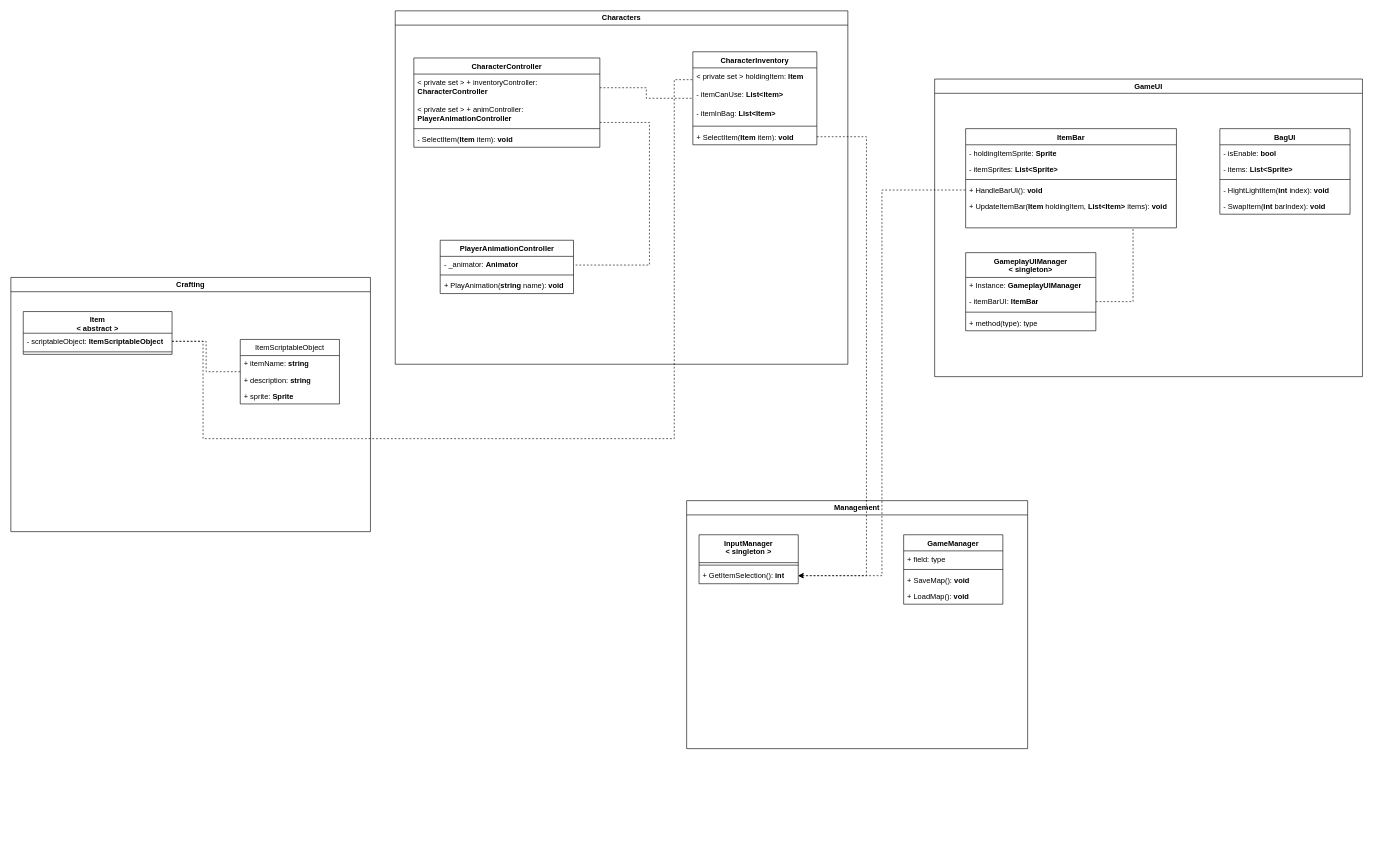
linhh563/sunny-fields keeps this draw.io diagram as page "Page-4" (4 of 4) of Document/Diagrams/sunny_field_classes.drawio. Above is the earlier version. Source tidied: cells renumbered, new cells numbered last; positions are measured from the earlier drawing's top-left corner, leaving out a move shared by most shapes. Both pictures are drawn from the tidied source at 62%, with x=0, y=0 at pixel (11, 11).
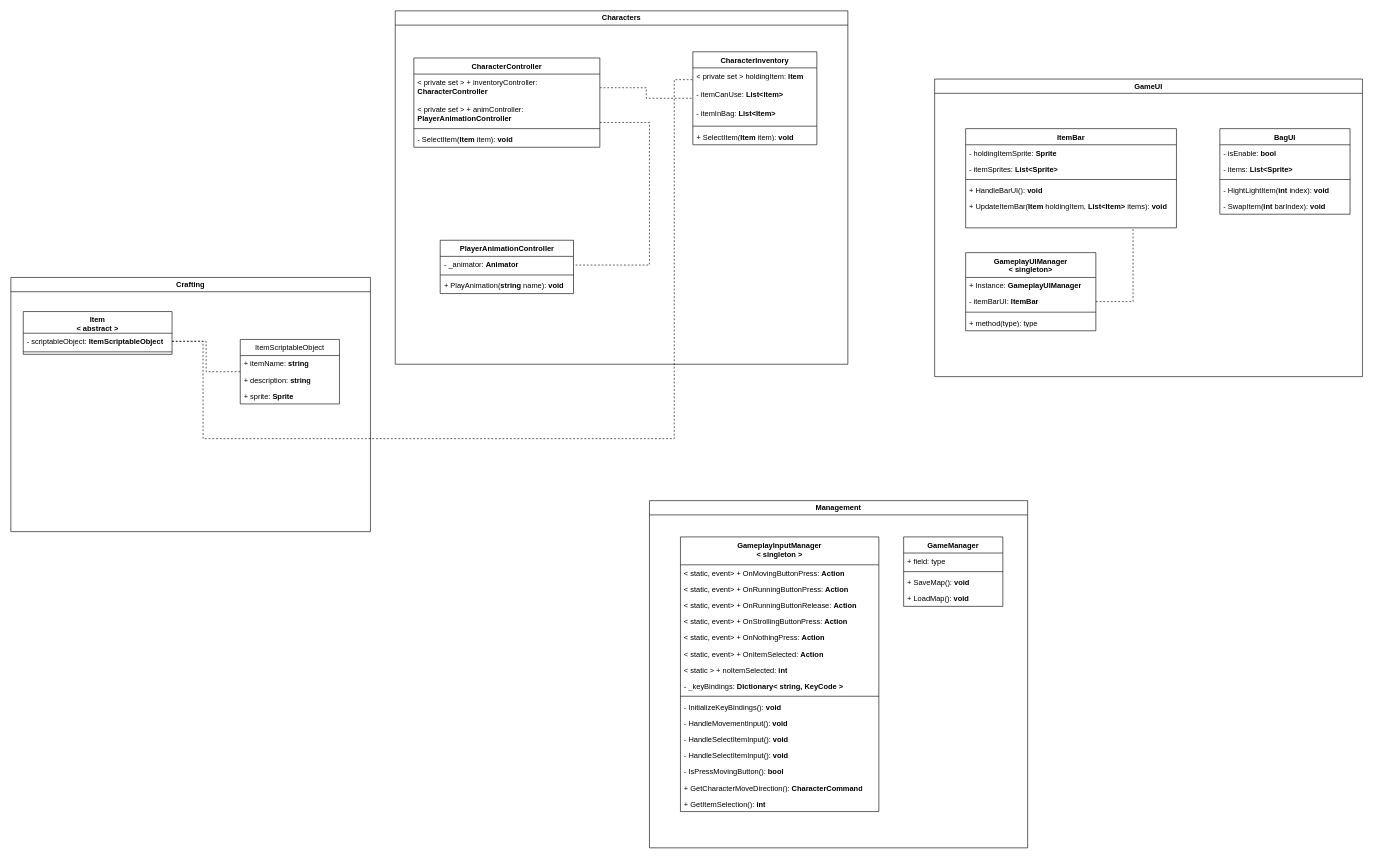
After the change.

Unchanged cells that the change refers to:
```xml
<mxCell id="7" value="+ HandleBarUI(): &lt;b&gt;void&lt;/b&gt;" style="text;strokeColor=none;fillColor=none;align=left;verticalAlign=top;spacingLeft=4;spacingRight=4;overflow=hidden;points=[[0,0.5],[1,0.5]];portConstraint=eastwest;whiteSpace=wrap;html=1;" parent="3" vertex="1">
  <mxGeometry y="86" width="340" height="26" as="geometry" />
</mxCell>
<mxCell id="37" value="+ SelectItem(&lt;b&gt;Item &lt;/b&gt;item): &lt;b&gt;void&lt;/b&gt;" style="text;strokeColor=none;fillColor=none;align=left;verticalAlign=top;spacingLeft=4;spacingRight=4;overflow=hidden;points=[[0,0.5],[1,0.5]];portConstraint=eastwest;whiteSpace=wrap;html=1;" parent="32" vertex="1">
  <mxGeometry y="124" width="200" height="26" as="geometry" />
</mxCell>
```

What changed in the source:
```diff
@@
     <mxCell id="39" value="Management" style="swimlane;whiteSpace=wrap;html=1;" parent="1" vertex="1">
-      <mxGeometry x="1090" y="790" width="550" height="400" as="geometry" />
+      <mxGeometry x="1030" y="790" width="610" height="560" as="geometry" />
     </mxCell>
-    <mxCell id="40" value="InputManager&lt;div&gt;&amp;lt; singleton &amp;gt;&lt;/div&gt;" style="swimlane;fontStyle=1;align=center;verticalAlign=top;horizontal=1;startSize=45;whiteSpace=wrap;html=1;" parent="39" vertex="1">
-      <mxGeometry x="20" y="55" width="160" height="79" as="geometry" />
-    </mxCell>
-    <mxCell id="41" style="line;strokeWidth=1;fillColor=none;align=left;verticalAlign=middle;spacingTop=-1;spacingLeft=3;spacingRight=3;labelPosition=right;strokeColor=inherit;" parent="40" vertex="1">
-      <mxGeometry y="45" width="160" height="8" as="geometry" />
-    </mxCell>
-    <mxCell id="42" value="+ GetItemSelection(): &lt;b&gt;int&lt;/b&gt;" style="text;strokeColor=none;fillColor=none;align=left;verticalAlign=top;spacingLeft=4;spacingRight=4;overflow=hidden;points=[[0,0.5],[1,0.5]];portConstraint=eastwest;whiteSpace=wrap;html=1;" parent="40" vertex="1">
-      <mxGeometry y="53" width="160" height="26" as="geometry" />
-    </mxCell>
     <mxCell id="43" value="GameManager" style="swimlane;fontStyle=1;align=center;verticalAlign=top;horizontal=1;startSize=26;whiteSpace=wrap;html=1;" parent="39" vertex="1">
-      <mxGeometry x="350" y="55" width="160" height="112" as="geometry" />
+      <mxGeometry x="410" y="58.5" width="160" height="112" as="geometry" />
     </mxCell>
@@
+    <mxCell id="60" value="GameplayInputManager&lt;div&gt;&amp;lt; singleton &amp;gt;&lt;/div&gt;" style="swimlane;fontStyle=1;align=center;verticalAlign=top;horizontal=1;startSize=45;whiteSpace=wrap;html=1;" parent="39" vertex="1">
+      <mxGeometry x="50" y="58.5" width="320" height="443" as="geometry" />
+    </mxCell>
+    <mxCell id="61" value="&amp;lt; static, event&amp;gt; + OnMovingButtonPress: &lt;b&gt;Action&lt;/b&gt;" style="text;strokeColor=none;fillColor=none;align=left;verticalAlign=top;spacingLeft=4;spacingRight=4;overflow=hidden;whiteSpace=wrap;html=1;" parent="60" vertex="1">
+      <mxGeometry y="45" width="320" height="26" as="geometry" />
+    </mxCell>
+    <mxCell id="62" value="&amp;lt; static, event&amp;gt; + OnRunningButtonPress: &lt;b&gt;Action&lt;/b&gt;" style="text;strokeColor=none;fillColor=none;align=left;verticalAlign=top;spacingLeft=4;spacingRight=4;overflow=hidden;whiteSpace=wrap;html=1;" parent="60" vertex="1">
+      <mxGeometry y="71" width="320" height="26" as="geometry" />
+    </mxCell>
+    <mxCell id="63" value="&amp;lt; static, event&amp;gt; + OnRunningButtonRelease: &lt;b&gt;Action&lt;/b&gt;" style="text;strokeColor=none;fillColor=none;align=left;verticalAlign=top;spacingLeft=4;spacingRight=4;overflow=hidden;whiteSpace=wrap;html=1;" parent="60" vertex="1">
+      <mxGeometry y="97" width="320" height="26" as="geometry" />
+    </mxCell>
+    <mxCell id="64" value="&amp;lt; static, event&amp;gt; + OnStrollingButtonPress: &lt;b&gt;Action&lt;/b&gt;" style="text;strokeColor=none;fillColor=none;align=left;verticalAlign=top;spacingLeft=4;spacingRight=4;overflow=hidden;whiteSpace=wrap;html=1;" parent="60" vertex="1">
+      <mxGeometry y="123" width="320" height="26" as="geometry" />
+    </mxCell>
+    <mxCell id="65" value="&amp;lt; static, event&amp;gt; + OnNothingPress: &lt;b&gt;Action&lt;/b&gt;" style="text;strokeColor=none;fillColor=none;align=left;verticalAlign=top;spacingLeft=4;spacingRight=4;overflow=hidden;whiteSpace=wrap;html=1;" parent="60" vertex="1">
+      <mxGeometry y="149" width="320" height="26" as="geometry" />
+    </mxCell>
+    <mxCell id="66" value="&amp;lt; static, event&amp;gt; + OnItemSelected: &lt;b&gt;Action&lt;/b&gt;" style="text;strokeColor=none;fillColor=none;align=left;verticalAlign=top;spacingLeft=4;spacingRight=4;overflow=hidden;whiteSpace=wrap;html=1;" parent="60" vertex="1">
+      <mxGeometry y="175" width="320" height="26" as="geometry" />
+    </mxCell>
+    <mxCell id="67" value="&amp;lt; static &amp;gt; + noItemSelected: &lt;b&gt;int&lt;/b&gt;" style="text;strokeColor=none;fillColor=none;align=left;verticalAlign=top;spacingLeft=4;spacingRight=4;overflow=hidden;whiteSpace=wrap;html=1;" parent="60" vertex="1">
+      <mxGeometry y="201" width="320" height="26" as="geometry" />
+    </mxCell>
+    <mxCell id="68" value="- _keyBindings: &lt;b&gt;Dictionary&amp;lt; string, KeyCode &amp;gt;&lt;/b&gt;" style="text;strokeColor=none;fillColor=none;align=left;verticalAlign=top;spacingLeft=4;spacingRight=4;overflow=hidden;whiteSpace=wrap;html=1;" parent="60" vertex="1">
+      <mxGeometry y="227" width="320" height="26" as="geometry" />
+    </mxCell>
+    <mxCell id="69" style="line;strokeWidth=1;fillColor=none;align=left;verticalAlign=middle;spacingTop=-1;spacingLeft=3;spacingRight=3;labelPosition=right;strokeColor=inherit;" parent="60" vertex="1">
+      <mxGeometry y="253" width="320" height="8" as="geometry" />
+    </mxCell>
+    <mxCell id="70" value="- InitializeKeyBindings(): &lt;b&gt;void&lt;/b&gt;" style="text;strokeColor=none;fillColor=none;align=left;verticalAlign=top;spacingLeft=4;spacingRight=4;overflow=hidden;whiteSpace=wrap;html=1;" parent="60" vertex="1">
+      <mxGeometry y="261" width="320" height="26" as="geometry" />
+    </mxCell>
+    <mxCell id="71" value="- HandleMovementInput(): &lt;b&gt;void&lt;/b&gt;" style="text;strokeColor=none;fillColor=none;align=left;verticalAlign=top;spacingLeft=4;spacingRight=4;overflow=hidden;whiteSpace=wrap;html=1;" parent="60" vertex="1">
+      <mxGeometry y="287" width="320" height="26" as="geometry" />
+    </mxCell>
+    <mxCell id="72" value="- HandleSelectItemInput():&amp;nbsp;&lt;b&gt;void&lt;/b&gt;" style="text;strokeColor=none;fillColor=none;align=left;verticalAlign=top;spacingLeft=4;spacingRight=4;overflow=hidden;whiteSpace=wrap;html=1;" parent="60" vertex="1">
+      <mxGeometry y="313" width="320" height="26" as="geometry" />
+    </mxCell>
+    <mxCell id="73" value="- HandleSelectItemInput(): &lt;b&gt;void&lt;/b&gt;" style="text;strokeColor=none;fillColor=none;align=left;verticalAlign=top;spacingLeft=4;spacingRight=4;overflow=hidden;whiteSpace=wrap;html=1;" parent="60" vertex="1">
+      <mxGeometry y="339" width="320" height="26" as="geometry" />
+    </mxCell>
+    <mxCell id="74" value="- IsPressMovingButton(): &lt;b&gt;bool&lt;/b&gt;" style="text;strokeColor=none;fillColor=none;align=left;verticalAlign=top;spacingLeft=4;spacingRight=4;overflow=hidden;whiteSpace=wrap;html=1;" parent="60" vertex="1">
+      <mxGeometry y="365" width="320" height="26" as="geometry" />
+    </mxCell>
+    <mxCell id="75" value="+ GetCharacterMoveDirection(): &lt;b&gt;CharacterCommand&lt;/b&gt;" style="text;strokeColor=none;fillColor=none;align=left;verticalAlign=top;spacingLeft=4;spacingRight=4;overflow=hidden;whiteSpace=wrap;html=1;" parent="60" vertex="1">
+      <mxGeometry y="391" width="320" height="26" as="geometry" />
+    </mxCell>
+    <mxCell id="42" value="+ GetItemSelection(): &lt;b&gt;int&lt;/b&gt;" style="text;strokeColor=none;fillColor=none;align=left;verticalAlign=top;spacingLeft=4;spacingRight=4;overflow=hidden;points=[[0,0.5],[1,0.5]];portConstraint=eastwest;whiteSpace=wrap;html=1;" parent="60" vertex="1">
+      <mxGeometry y="417" width="320" height="26" as="geometry" />
+    </mxCell>
@@
-    <mxCell id="58" style="edgeStyle=orthogonalEdgeStyle;rounded=0;jettySize=auto;html=1;dashed=1;endArrow=none;startFill=1;startArrow=classic;" parent="1" edge="1" source="42" target="7">
-      <mxGeometry relative="1" as="geometry" />
-    </mxCell>
-    <mxCell id="59" style="edgeStyle=orthogonalEdgeStyle;rounded=0;jettySize=auto;html=1;dashed=1;" parent="1" edge="1" source="37" target="42">
-      <mxGeometry relative="1" as="geometry">
-        <Array as="points">
-          <mxPoint x="1380" y="203" />
-          <mxPoint x="1380" y="911" />
-        </Array>
-      </mxGeometry>
-    </mxCell>
```
